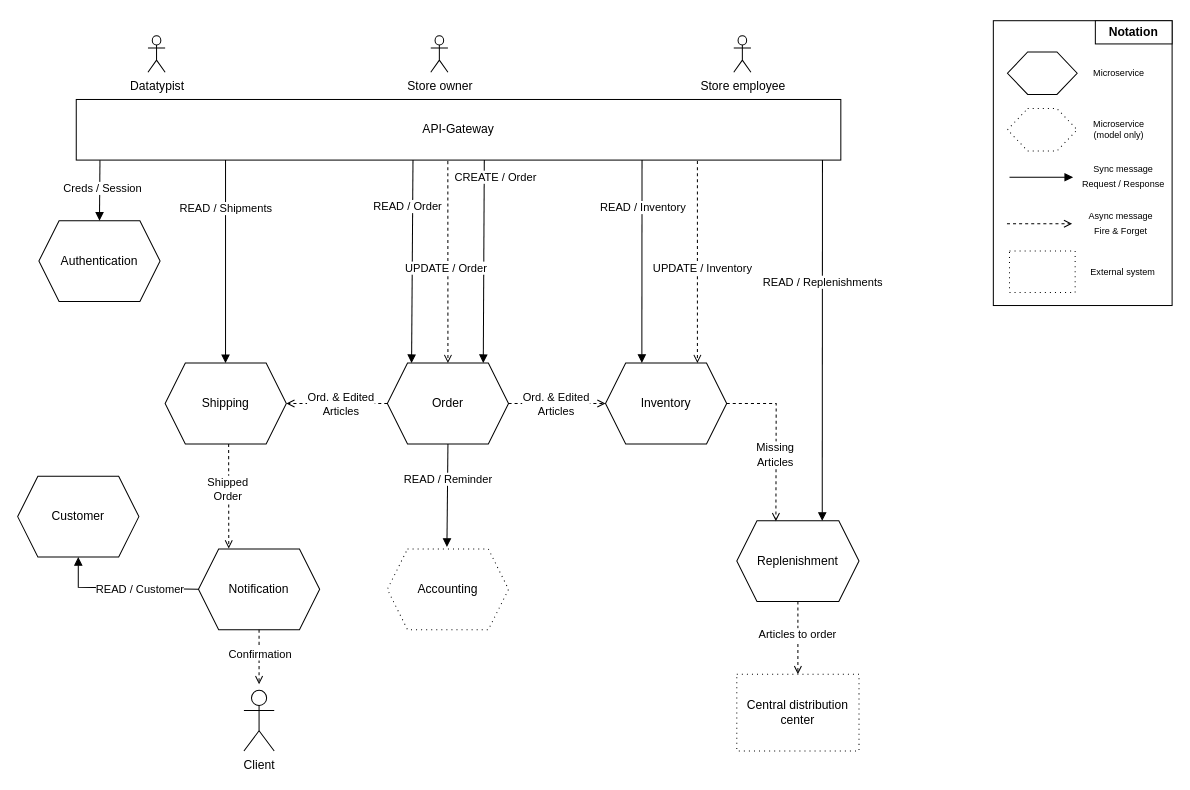
This is documentation/src/docs/asciidoc/diagrams/microservice-diagram.drawio from davidohnee/swda, a draw.io file, before an edit. Source tidied: cells renumbered, new cells numbered last; positions are measured from the earlier drawing's top-left corner, leaving out a move shared by most shapes. Both pictures are drawn from the tidied source at 101%, with x=0, y=0 at pixel (17, 17).
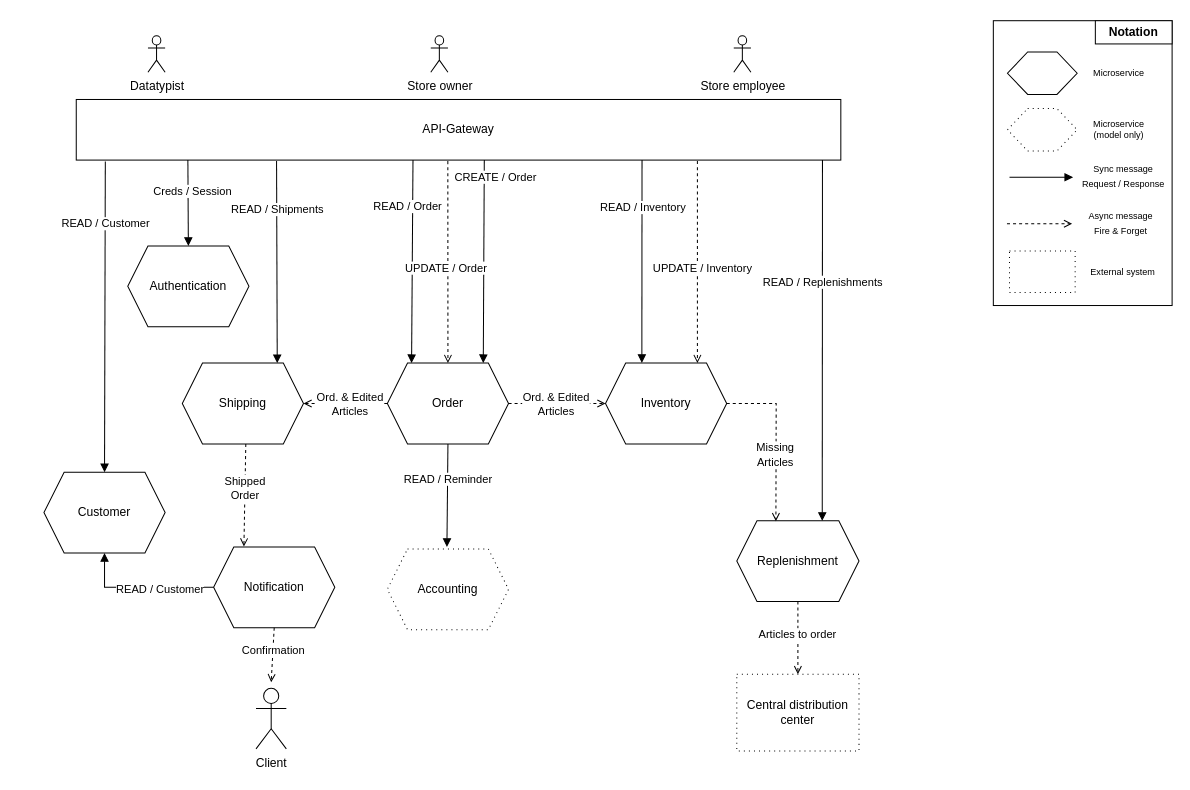
Above is the later version.

Commit message (it also covers changes not shown here):
update microservice diagram

Unchanged cells that the change refers to:
```xml
<mxCell id="9" value="API-Gateway" style="rounded=0;whiteSpace=wrap;html=1;" parent="1" vertex="1">
  <mxGeometry x="58" y="81" width="757" height="60" as="geometry" />
</mxCell>
```

The edit, as a diff of the source:
```diff
@@
     <mxCell id="10" value="Shipping" style="shape=hexagon;perimeter=hexagonPerimeter2;whiteSpace=wrap;html=1;fixedSize=1;" parent="1" vertex="1">
-      <mxGeometry x="146" y="342" width="120" height="80" as="geometry" />
+      <mxGeometry x="163" y="342" width="120" height="80" as="geometry" />
     </mxCell>
@@
     <mxCell id="13" value="Authentication" style="shape=hexagon;perimeter=hexagonPerimeter2;whiteSpace=wrap;html=1;fixedSize=1;" parent="1" vertex="1">
-      <mxGeometry x="21" y="201" width="120" height="80" as="geometry" />
+      <mxGeometry x="109" y="226" width="120" height="80" as="geometry" />
     </mxCell>
@@
-    <mxCell id="16" style="html=1;verticalAlign=bottom;labelBackgroundColor=none;endArrow=block;endFill=1;rounded=0;exitX=0.031;exitY=1.001;exitDx=0;exitDy=0;exitPerimeter=0;entryX=0.5;entryY=0;entryDx=0;entryDy=0;" parent="1" edge="1" source="9" target="13">
+    <mxCell id="16" style="html=1;verticalAlign=bottom;labelBackgroundColor=none;endArrow=block;endFill=1;rounded=0;exitX=0.146;exitY=1;exitDx=0;exitDy=0;exitPerimeter=0;entryX=0.5;entryY=0;entryDx=0;entryDy=0;" parent="1" edge="1" source="9" target="13">
       <mxGeometry relative="1" as="geometry" />
     </mxCell>
     <mxCell id="17" value="Creds / Session" style="edgeLabel;html=1;align=center;verticalAlign=middle;" parent="16" vertex="1">
       <mxGeometry x="-0.06" y="-1" relative="1" as="geometry">
-        <mxPoint x="3" y="-1" as="offset" />
+        <mxPoint x="5" y="-10" as="offset" />
       </mxGeometry>
     </mxCell>
@@
-    <mxCell id="20" style="html=1;verticalAlign=bottom;labelBackgroundColor=none;endArrow=block;endFill=1;rounded=0;" parent="1" edge="1">
+    <mxCell id="20" style="html=1;verticalAlign=bottom;labelBackgroundColor=none;endArrow=block;endFill=1;rounded=0;entryX=0.625;entryY=0;entryDx=0;entryDy=0;exitX=0.262;exitY=1.017;exitDx=0;exitDy=0;exitPerimeter=0;" parent="1" edge="1" source="9">
       <mxGeometry relative="1" as="geometry">
-        <mxPoint x="205.8" y="141" as="sourcePoint" />
-        <mxPoint x="205.8" y="342" as="targetPoint" />
+        <mxPoint x="257" y="342" as="targetPoint" />
       </mxGeometry>
     </mxCell>
@@
     <mxCell id="33" value="Notification" style="shape=hexagon;perimeter=hexagonPerimeter2;whiteSpace=wrap;html=1;fixedSize=1;" parent="1" vertex="1">
-      <mxGeometry x="179" y="526" width="120" height="80" as="geometry" />
+      <mxGeometry x="194" y="524" width="120" height="80" as="geometry" />
     </mxCell>
     <mxCell id="34" value="Customer" style="shape=hexagon;perimeter=hexagonPerimeter2;whiteSpace=wrap;html=1;fixedSize=1;" parent="1" vertex="1">
-      <mxGeometry y="454" width="120" height="80" as="geometry" />
+      <mxGeometry x="26" y="450" width="120" height="80" as="geometry" />
     </mxCell>
@@
     <mxCell id="37" style="html=1;verticalAlign=bottom;labelBackgroundColor=none;endArrow=block;endFill=1;rounded=0;exitX=0;exitY=0.5;exitDx=0;exitDy=0;entryX=0.5;entryY=1;entryDx=0;entryDy=0;" parent="1" edge="1" source="33" target="34">
       <mxGeometry relative="1" as="geometry">
         <Array as="points">
-          <mxPoint x="60" y="564" />
+          <mxPoint x="86" y="564" />
         </Array>
       </mxGeometry>
     </mxCell>
@@
     <mxCell id="43" value="Client" style="shape=umlActor;verticalLabelPosition=bottom;verticalAlign=top;html=1;" parent="1" vertex="1">
-      <mxGeometry x="224" y="666" width="30" height="60" as="geometry" />
+      <mxGeometry x="236" y="664" width="30" height="60" as="geometry" />
     </mxCell>
     <mxCell id="44" style="html=1;verticalAlign=bottom;labelBackgroundColor=none;endArrow=open;endFill=0;dashed=1;rounded=0;exitX=0.5;exitY=1;exitDx=0;exitDy=0;" parent="1" edge="1" source="33">
       <mxGeometry relative="1" as="geometry">
-        <mxPoint x="239" y="660" as="targetPoint" />
+        <mxPoint x="251" y="658" as="targetPoint" />
       </mxGeometry>
     </mxCell>
@@
+    <mxCell id="61" style="html=1;verticalAlign=bottom;labelBackgroundColor=none;endArrow=block;endFill=1;rounded=0;entryX=0.5;entryY=0;entryDx=0;entryDy=0;exitX=0.038;exitY=1.025;exitDx=0;exitDy=0;exitPerimeter=0;" parent="1" edge="1" source="9" target="34">
+      <mxGeometry relative="1" as="geometry" />
+    </mxCell>
+    <mxCell id="62" value="READ / Customer" style="edgeLabel;html=1;align=center;verticalAlign=middle;" parent="61" vertex="1">
+      <mxGeometry x="-0.06" y="-1" relative="1" as="geometry">
+        <mxPoint x="1" y="-84" as="offset" />
+      </mxGeometry>
+    </mxCell>
```
